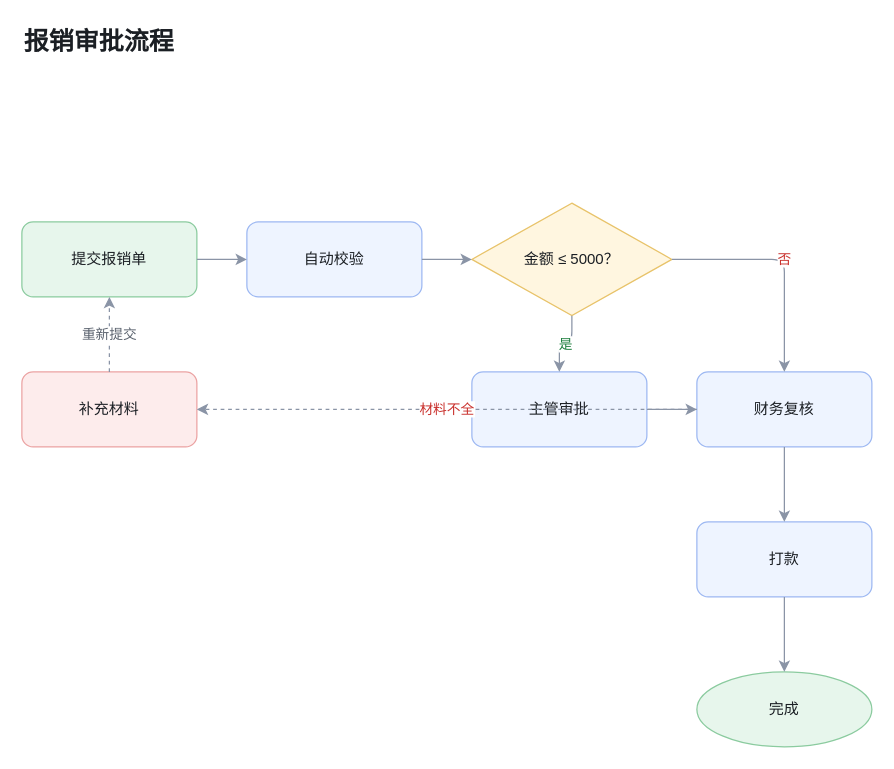
Earlier version of the draw.io diagram examples/01-approval-flow.drawio (Cikaros/drawio-skills). Source tidied: cells renumbered, new cells numbered last; positions are measured from the earlier drawing's top-left corner, leaving out a move shared by most shapes. Both pictures are drawn from the tidied source at 125%, with x=0, y=0 at pixel (21, 21).
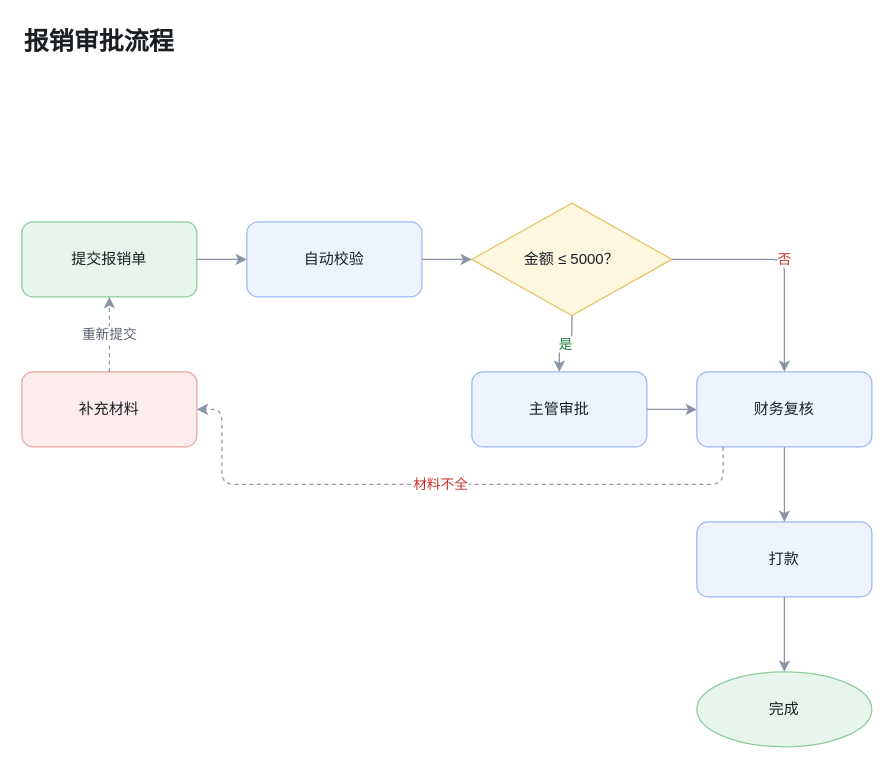
The same page after the edit.

The change refers to these unchanged cells:
```xml
<mxCell id="7" value="财务复核" style="rounded=1;whiteSpace=wrap;html=1;fillColor=#EEF4FF;strokeColor=#9DB8F2;fontColor=#1B1F24;" parent="1" vertex="1">
  <mxGeometry x="540" y="280" width="140" height="60" as="geometry" />
</mxCell>
<mxCell id="10" value="补充材料" style="rounded=1;whiteSpace=wrap;html=1;fillColor=#FDECEC;strokeColor=#EBA3A3;fontColor=#1B1F24;" parent="1" vertex="1">
  <mxGeometry y="280" width="140" height="60" as="geometry" />
</mxCell>
```

Diff of the diagram source:
```diff
@@
-    <mxCell id="18" value="材料不全" style="edgeStyle=orthogonalEdgeStyle;rounded=1;html=1;strokeColor=#8A94A6;dashed=1;fontColor=#C9302C;labelBackgroundColor=#FFFFFF;" parent="1" edge="1" source="7" target="10">
-      <mxGeometry relative="1" as="geometry" />
+    <mxCell id="18" value="材料不全" style="edgeStyle=orthogonalEdgeStyle;rounded=1;html=1;strokeColor=#8A94A6;dashed=1;fontColor=#C9302C;labelBackgroundColor=#FFFFFF;exitX=0.15;exitY=1;exitDx=0;exitDy=0;entryX=1;entryY=0.5;entryDx=0;entryDy=0;" parent="1" edge="1" source="7" target="10">
+      <mxGeometry relative="1" as="geometry">
+        <Array as="points">
+          <mxPoint x="561" y="370" />
+          <mxPoint x="160" y="370" />
+          <mxPoint x="160" y="310" />
+        </Array>
+      </mxGeometry>
     </mxCell>
```
